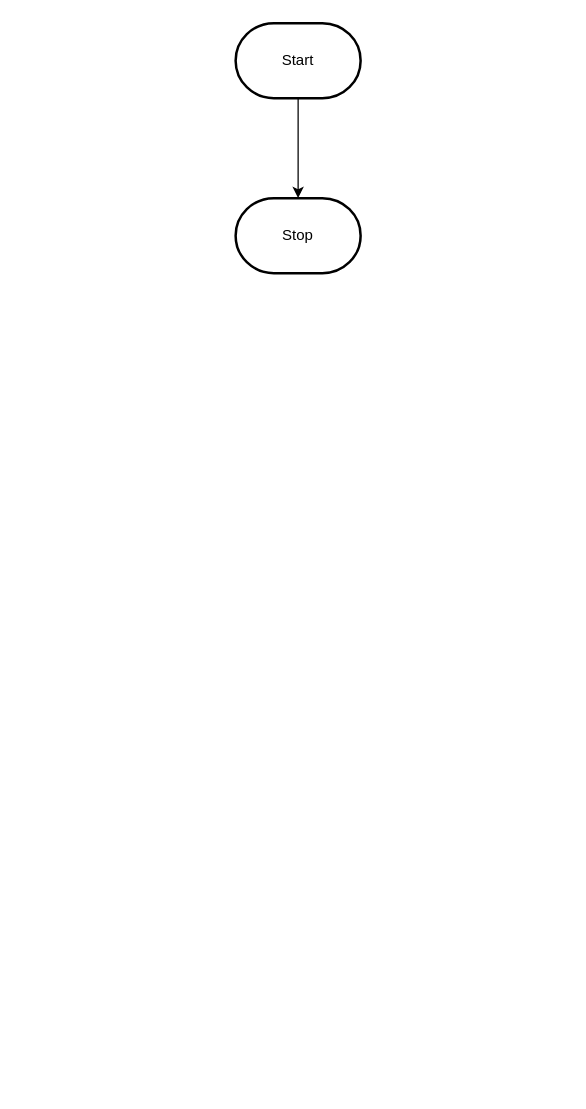
MTHS-ICS2O-2-2022/ics2o---unit-5-05-jakub-malhotra keeps this draw.io diagram as design/flowchart.drawio. Above is the earlier version. Source tidied: cells renumbered, new cells numbered last; positions are measured from the earlier drawing's top-left corner, leaving out a move shared by most shapes. Both pictures are drawn from the tidied source at 125%, with x=0, y=0 at pixel (235, 22).
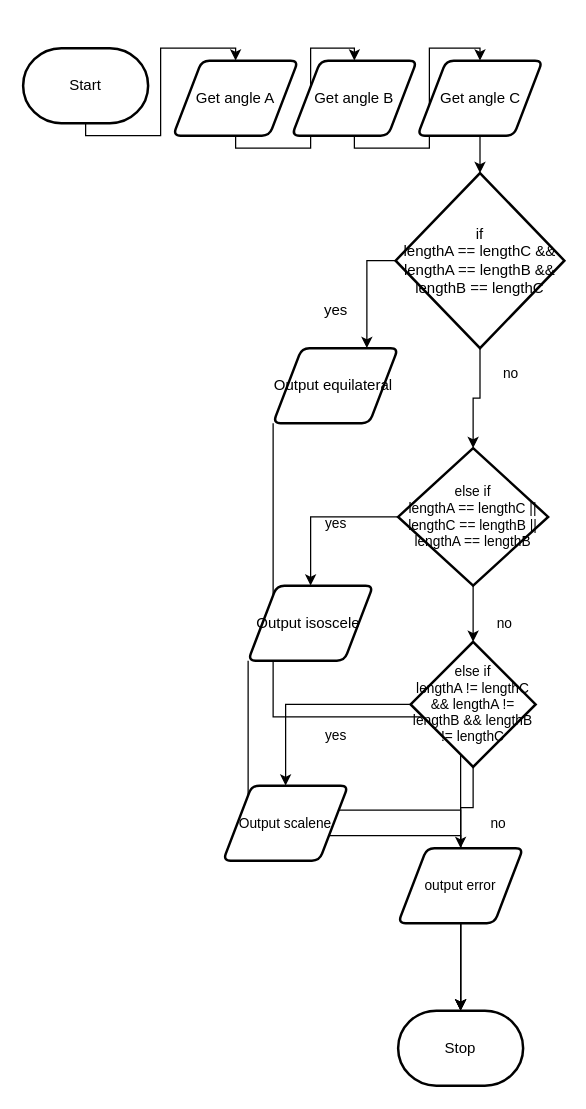
The same page after the edit.

The edit, as a diff of the source:
```diff
@@
-    <mxCell id="2" style="edgeStyle=orthogonalEdgeStyle;html=1;rounded=0;" parent="1" edge="1" source="3" target="4">
-      <mxGeometry relative="1" as="geometry" />
-    </mxCell>
+    <mxCell id="5" style="edgeStyle=orthogonalEdgeStyle;shape=connector;rounded=0;html=1;exitX=0.5;exitY=1;exitDx=0;exitDy=0;exitPerimeter=0;entryX=0.5;entryY=0;entryDx=0;entryDy=0;labelBackgroundColor=default;fontFamily=Helvetica;fontSize=11;fontColor=default;endArrow=classic;" parent="1" edge="1" source="3" target="2">
+      <mxGeometry relative="1" as="geometry" />
+    </mxCell>
     <mxCell id="3" value="Start" style="strokeWidth=2;html=1;shape=mxgraph.flowchart.terminator;whiteSpace=wrap;" parent="1" vertex="1">
-      <mxGeometry width="100" height="60" as="geometry" />
+      <mxGeometry x="-170" y="20" width="100" height="60" as="geometry" />
     </mxCell>
     <mxCell id="4" value="Stop" style="strokeWidth=2;html=1;shape=mxgraph.flowchart.terminator;whiteSpace=wrap;" parent="1" vertex="1">
-      <mxGeometry y="140" width="100" height="60" as="geometry" />
+      <mxGeometry x="130" y="790" width="100" height="60" as="geometry" />
     </mxCell>
+    <mxCell id="6" style="edgeStyle=orthogonalEdgeStyle;shape=connector;rounded=0;html=1;exitX=0.5;exitY=1;exitDx=0;exitDy=0;entryX=0.5;entryY=0;entryDx=0;entryDy=0;labelBackgroundColor=default;fontFamily=Helvetica;fontSize=11;fontColor=default;endArrow=classic;" parent="1" edge="1" source="2" target="8">
+      <mxGeometry relative="1" as="geometry" />
+    </mxCell>
+    <mxCell id="2" value="Get angle A" style="shape=parallelogram;html=1;strokeWidth=2;perimeter=parallelogramPerimeter;whiteSpace=wrap;rounded=1;arcSize=12;size=0.23;" parent="1" vertex="1">
+      <mxGeometry x="-50" y="30" width="100" height="60" as="geometry" />
+    </mxCell>
+    <mxCell id="7" style="edgeStyle=orthogonalEdgeStyle;shape=connector;rounded=0;html=1;exitX=0.5;exitY=1;exitDx=0;exitDy=0;entryX=0.5;entryY=0;entryDx=0;entryDy=0;labelBackgroundColor=default;fontFamily=Helvetica;fontSize=11;fontColor=default;endArrow=classic;" parent="1" edge="1" source="8" target="10">
+      <mxGeometry relative="1" as="geometry" />
+    </mxCell>
+    <mxCell id="8" value="Get angle B" style="shape=parallelogram;html=1;strokeWidth=2;perimeter=parallelogramPerimeter;whiteSpace=wrap;rounded=1;arcSize=12;size=0.23;" parent="1" vertex="1">
+      <mxGeometry x="45" y="30" width="100" height="60" as="geometry" />
+    </mxCell>
+    <mxCell id="9" style="edgeStyle=orthogonalEdgeStyle;shape=connector;rounded=0;html=1;exitX=0.5;exitY=1;exitDx=0;exitDy=0;entryX=0.5;entryY=0;entryDx=0;entryDy=0;entryPerimeter=0;labelBackgroundColor=default;fontFamily=Helvetica;fontSize=11;fontColor=default;endArrow=classic;" parent="1" edge="1" source="10" target="13">
+      <mxGeometry relative="1" as="geometry" />
+    </mxCell>
+    <mxCell id="10" value="Get angle C" style="shape=parallelogram;html=1;strokeWidth=2;perimeter=parallelogramPerimeter;whiteSpace=wrap;rounded=1;arcSize=12;size=0.23;" parent="1" vertex="1">
+      <mxGeometry x="145.5" y="30" width="100" height="60" as="geometry" />
+    </mxCell>
+    <mxCell id="11" style="edgeStyle=orthogonalEdgeStyle;shape=connector;rounded=0;html=1;exitX=0;exitY=0.5;exitDx=0;exitDy=0;exitPerimeter=0;entryX=0.75;entryY=0;entryDx=0;entryDy=0;labelBackgroundColor=default;fontFamily=Helvetica;fontSize=11;fontColor=default;endArrow=classic;" parent="1" edge="1" source="13" target="16">
+      <mxGeometry relative="1" as="geometry" />
+    </mxCell>
+    <mxCell id="12" style="edgeStyle=orthogonalEdgeStyle;shape=connector;rounded=0;html=1;exitX=0.5;exitY=1;exitDx=0;exitDy=0;exitPerimeter=0;entryX=0.5;entryY=0;entryDx=0;entryDy=0;entryPerimeter=0;labelBackgroundColor=default;fontFamily=Helvetica;fontSize=11;fontColor=default;endArrow=classic;" parent="1" edge="1" source="13" target="20">
+      <mxGeometry relative="1" as="geometry" />
+    </mxCell>
+    <mxCell id="13" value="if&lt;br&gt;lengthA == lengthC &amp;amp;&amp;amp; lengthA == lengthB &amp;amp;&amp;amp; lengthB == lengthC" style="strokeWidth=2;html=1;shape=mxgraph.flowchart.decision;whiteSpace=wrap;" parent="1" vertex="1">
+      <mxGeometry x="128" y="120" width="135" height="140" as="geometry" />
+    </mxCell>
+    <mxCell id="14" style="edgeStyle=orthogonalEdgeStyle;html=1;exitX=0.25;exitY=1;exitDx=0;exitDy=0;entryX=0.5;entryY=0;entryDx=0;entryDy=0;entryPerimeter=0;strokeColor=none;rounded=0;" parent="1" edge="1" source="16" target="4">
+      <mxGeometry relative="1" as="geometry" />
+    </mxCell>
+    <mxCell id="15" style="edgeStyle=orthogonalEdgeStyle;shape=connector;rounded=0;html=1;exitX=0;exitY=1;exitDx=0;exitDy=0;labelBackgroundColor=default;fontFamily=Helvetica;fontSize=11;fontColor=default;endArrow=classic;" parent="1" edge="1" source="16" target="4">
+      <mxGeometry relative="1" as="geometry" />
+    </mxCell>
+    <mxCell id="16" value="Output&amp;nbsp;equilateral&amp;nbsp;" style="shape=parallelogram;html=1;strokeWidth=2;perimeter=parallelogramPerimeter;whiteSpace=wrap;rounded=1;arcSize=12;size=0.23;" parent="1" vertex="1">
+      <mxGeometry x="30" y="260" width="100" height="60" as="geometry" />
+    </mxCell>
+    <mxCell id="17" value="yes" style="text;html=1;align=center;verticalAlign=middle;strokeColor=none;fillColor=none;" parent="1" vertex="1">
+      <mxGeometry x="60" y="215" width="40" height="30" as="geometry" />
+    </mxCell>
+    <mxCell id="18" style="edgeStyle=orthogonalEdgeStyle;shape=connector;rounded=0;html=1;exitX=0;exitY=0.5;exitDx=0;exitDy=0;exitPerimeter=0;entryX=0.5;entryY=0;entryDx=0;entryDy=0;labelBackgroundColor=default;fontFamily=Helvetica;fontSize=11;fontColor=default;endArrow=classic;" parent="1" edge="1" source="20" target="26">
+      <mxGeometry relative="1" as="geometry" />
+    </mxCell>
+    <mxCell id="19" style="edgeStyle=orthogonalEdgeStyle;shape=connector;rounded=0;html=1;exitX=0.5;exitY=1;exitDx=0;exitDy=0;exitPerimeter=0;entryX=0.5;entryY=0;entryDx=0;entryDy=0;entryPerimeter=0;labelBackgroundColor=default;fontFamily=Helvetica;fontSize=11;fontColor=default;endArrow=classic;" parent="1" edge="1" source="20" target="24">
+      <mxGeometry relative="1" as="geometry" />
+    </mxCell>
+    <mxCell id="20" value="else if &lt;br&gt;lengthA == lengthC || lengthC == lengthB || lengthA == lengthB" style="strokeWidth=2;html=1;shape=mxgraph.flowchart.decision;whiteSpace=wrap;fontFamily=Helvetica;fontSize=11;fontColor=default;" parent="1" vertex="1">
+      <mxGeometry x="130" y="340" width="120" height="110" as="geometry" />
+    </mxCell>
+    <mxCell id="21" value="no" style="text;html=1;align=center;verticalAlign=middle;strokeColor=none;fillColor=none;fontSize=11;fontFamily=Helvetica;fontColor=default;" parent="1" vertex="1">
+      <mxGeometry x="200" y="265" width="40" height="30" as="geometry" />
+    </mxCell>
+    <mxCell id="22" style="edgeStyle=orthogonalEdgeStyle;shape=connector;rounded=0;html=1;exitX=0;exitY=0.5;exitDx=0;exitDy=0;exitPerimeter=0;labelBackgroundColor=default;fontFamily=Helvetica;fontSize=11;fontColor=default;endArrow=classic;" parent="1" edge="1" source="24" target="30">
+      <mxGeometry relative="1" as="geometry" />
+    </mxCell>
+    <mxCell id="23" style="edgeStyle=orthogonalEdgeStyle;shape=connector;rounded=0;html=1;exitX=0.5;exitY=1;exitDx=0;exitDy=0;exitPerimeter=0;labelBackgroundColor=default;fontFamily=Helvetica;fontSize=11;fontColor=default;endArrow=classic;" parent="1" edge="1" source="24" target="34">
+      <mxGeometry relative="1" as="geometry" />
+    </mxCell>
+    <mxCell id="24" value="else if &lt;br&gt;lengthA != lengthC &amp;amp;&amp;amp; lengthA != lengthB &amp;amp;&amp;amp; lengthB != lengthC" style="strokeWidth=2;html=1;shape=mxgraph.flowchart.decision;whiteSpace=wrap;fontFamily=Helvetica;fontSize=11;fontColor=default;" parent="1" vertex="1">
+      <mxGeometry x="140" y="495" width="100" height="100" as="geometry" />
+    </mxCell>
+    <mxCell id="25" style="edgeStyle=orthogonalEdgeStyle;shape=connector;rounded=0;html=1;exitX=0;exitY=1;exitDx=0;exitDy=0;entryX=0.5;entryY=0;entryDx=0;entryDy=0;entryPerimeter=0;labelBackgroundColor=default;fontFamily=Helvetica;fontSize=11;fontColor=default;endArrow=classic;" parent="1" edge="1" source="26" target="4">
+      <mxGeometry relative="1" as="geometry" />
+    </mxCell>
+    <mxCell id="26" value="Output&amp;nbsp;isoscele&amp;nbsp;" style="shape=parallelogram;html=1;strokeWidth=2;perimeter=parallelogramPerimeter;whiteSpace=wrap;rounded=1;arcSize=12;size=0.23;" parent="1" vertex="1">
+      <mxGeometry x="10" y="450" width="100" height="60" as="geometry" />
+    </mxCell>
+    <mxCell id="27" value="yes" style="text;html=1;align=center;verticalAlign=middle;strokeColor=none;fillColor=none;fontSize=11;fontFamily=Helvetica;fontColor=default;" parent="1" vertex="1">
+      <mxGeometry x="60" y="385" width="40" height="30" as="geometry" />
+    </mxCell>
+    <mxCell id="28" value="no" style="text;html=1;align=center;verticalAlign=middle;strokeColor=none;fillColor=none;fontSize=11;fontFamily=Helvetica;fontColor=default;" parent="1" vertex="1">
+      <mxGeometry x="195" y="465" width="40" height="30" as="geometry" />
+    </mxCell>
+    <mxCell id="29" style="edgeStyle=orthogonalEdgeStyle;shape=connector;rounded=0;html=1;exitX=0;exitY=0.25;exitDx=0;exitDy=0;entryX=0.5;entryY=0;entryDx=0;entryDy=0;entryPerimeter=0;labelBackgroundColor=default;fontFamily=Helvetica;fontSize=11;fontColor=default;endArrow=classic;" parent="1" edge="1" source="30" target="4">
+      <mxGeometry relative="1" as="geometry" />
+    </mxCell>
+    <mxCell id="30" value="Output scalene" style="shape=parallelogram;html=1;strokeWidth=2;perimeter=parallelogramPerimeter;whiteSpace=wrap;rounded=1;arcSize=12;size=0.23;fontFamily=Helvetica;fontSize=11;fontColor=default;" parent="1" vertex="1">
+      <mxGeometry x="-10" y="610" width="100" height="60" as="geometry" />
+    </mxCell>
+    <mxCell id="31" value="yes" style="text;html=1;align=center;verticalAlign=middle;strokeColor=none;fillColor=none;fontSize=11;fontFamily=Helvetica;fontColor=default;" parent="1" vertex="1">
+      <mxGeometry x="60" y="555" width="40" height="30" as="geometry" />
+    </mxCell>
+    <mxCell id="32" value="no" style="text;html=1;align=center;verticalAlign=middle;strokeColor=none;fillColor=none;fontSize=11;fontFamily=Helvetica;fontColor=default;" parent="1" vertex="1">
+      <mxGeometry x="190" y="625" width="40" height="30" as="geometry" />
+    </mxCell>
+    <mxCell id="33" style="edgeStyle=orthogonalEdgeStyle;shape=connector;rounded=0;html=1;exitX=0.5;exitY=1;exitDx=0;exitDy=0;entryX=0.5;entryY=0;entryDx=0;entryDy=0;entryPerimeter=0;labelBackgroundColor=default;fontFamily=Helvetica;fontSize=11;fontColor=default;endArrow=classic;" parent="1" edge="1" source="34" target="4">
+      <mxGeometry relative="1" as="geometry" />
+    </mxCell>
+    <mxCell id="34" value="output error" style="shape=parallelogram;html=1;strokeWidth=2;perimeter=parallelogramPerimeter;whiteSpace=wrap;rounded=1;arcSize=12;size=0.23;fontFamily=Helvetica;fontSize=11;fontColor=default;" parent="1" vertex="1">
+      <mxGeometry x="130" y="660" width="100" height="60" as="geometry" />
+    </mxCell>
```
